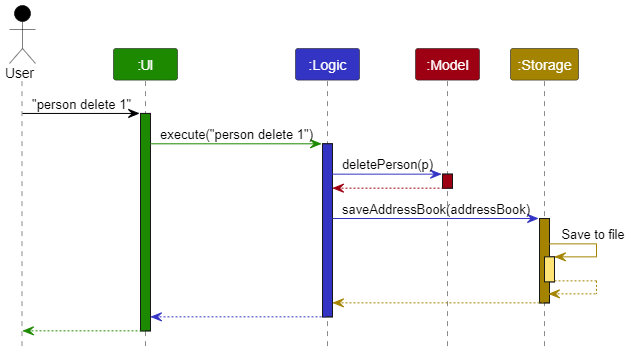
Above: docs/images/ArchitectureSequenceDiagram.png in Kannan171/tp (PlantUML), before the change. Its source is kept beside it as docs/diagrams/ArchitectureSequenceDiagram.puml. Its diagram source:
```plantuml
@startuml
!include style.puml
skinparam ArrowFontStyle plain

Actor User as user USER_COLOR
Participant ":UI" as ui UI_COLOR
Participant ":Logic" as logic LOGIC_COLOR
Participant ":Model" as model MODEL_COLOR
Participant ":Storage" as storage STORAGE_COLOR

user -[USER_COLOR]> ui : "person delete 1"
activate ui UI_COLOR

ui -[UI_COLOR]> logic : execute("person delete 1")
activate logic LOGIC_COLOR

logic -[LOGIC_COLOR]> model : deletePerson(p)
activate model MODEL_COLOR

model -[MODEL_COLOR]-> logic
deactivate model

logic -[LOGIC_COLOR]> storage : saveAddressBook(addressBook)
activate storage STORAGE_COLOR

storage -[STORAGE_COLOR]> storage : Save to file
activate storage STORAGE_COLOR_T1
storage --[STORAGE_COLOR]> storage
deactivate storage

storage --[STORAGE_COLOR]> logic
deactivate storage

logic --[LOGIC_COLOR]> ui
deactivate logic

ui--[UI_COLOR]> user
deactivate ui
@enduml
```
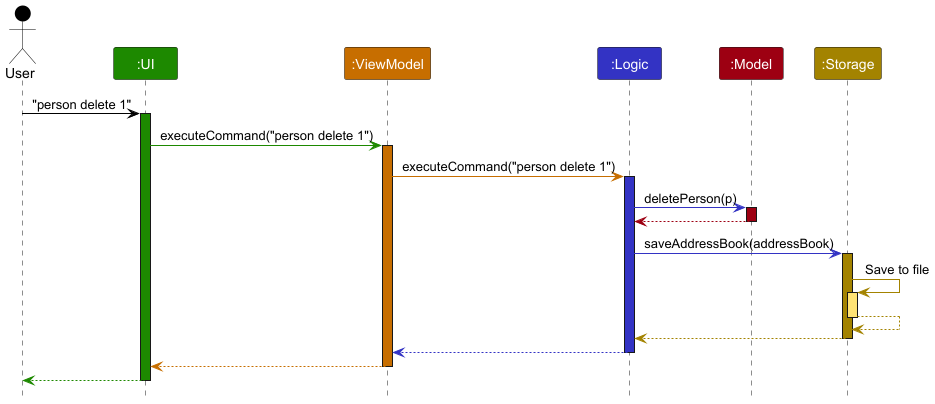
After the change.

Commit message:
Update Architecture section of DG

What changed in the source:
```diff
@@ -4,6 +4,7 @@
 
 Actor User as user USER_COLOR
 Participant ":UI" as ui UI_COLOR
+Participant ":ViewModel" as viewmodel VIEW_MODEL_COLOR
 Participant ":Logic" as logic LOGIC_COLOR
 Participant ":Model" as model MODEL_COLOR
 Participant ":Storage" as storage STORAGE_COLOR
@@ -11,7 +12,10 @@
 user -[USER_COLOR]> ui : "person delete 1"
 activate ui UI_COLOR
 
-ui -[UI_COLOR]> logic : execute("person delete 1")
+ui -[UI_COLOR]> viewmodel : executeCommand("person delete 1")
+activate viewmodel VIEW_MODEL_COLOR
+
+viewmodel -[VIEW_MODEL_COLOR]> logic : executeCommand("person delete 1")
 activate logic LOGIC_COLOR
 
 logic -[LOGIC_COLOR]> model : deletePerson(p)
@@ -31,8 +35,11 @@
 storage --[STORAGE_COLOR]> logic
 deactivate storage
 
-logic --[LOGIC_COLOR]> ui
+logic --[LOGIC_COLOR]> viewmodel
 deactivate logic
+
+viewmodel --[VIEW_MODEL_COLOR]> ui
+deactivate viewmodel
 
 ui--[UI_COLOR]> user
 deactivate ui
```
